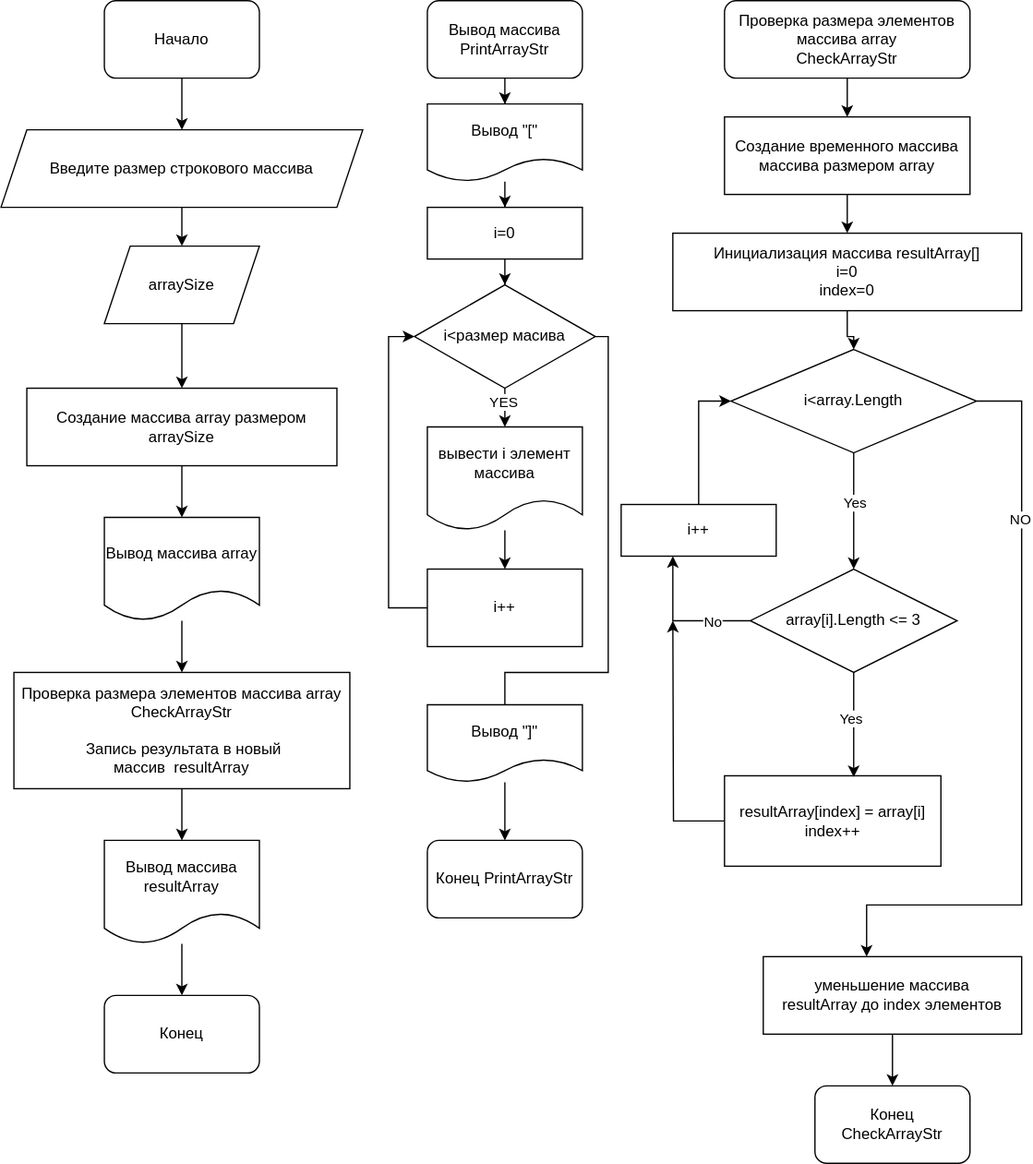
Earlier version of the draw.io export HomeworkMainBlockGB.svg (ArtemFilosofGB/HomeworkMainBlockGB). Source tidied: cells renumbered, new cells last; positions are measured from the earlier drawing's top-left corner, leaving out a move shared by most shapes. The source it was exported from:
```xml
<mxGraphModel>
  <root>
    <mxCell id="0" />
    <mxCell id="1" parent="0" />
    <mxCell id="2" style="edgeStyle=orthogonalEdgeStyle;rounded=0;jettySize=auto;html=1;" parent="1" edge="1" source="3" target="5">
      <mxGeometry relative="1" as="geometry" />
    </mxCell>
    <mxCell id="3" value="Начало" style="rounded=1;whiteSpace=wrap;html=1;" parent="1" vertex="1">
      <mxGeometry x="80" width="120" height="60" as="geometry" />
    </mxCell>
    <mxCell id="4" style="edgeStyle=orthogonalEdgeStyle;rounded=0;jettySize=auto;html=1;" parent="1" edge="1" source="9" target="7">
      <mxGeometry relative="1" as="geometry" />
    </mxCell>
    <mxCell id="5" value="Введите размер строкового массива" style="shape=parallelogram;perimeter=parallelogramPerimeter;whiteSpace=wrap;html=1;fixedSize=1;" parent="1" vertex="1">
      <mxGeometry y="100" width="280" height="60" as="geometry" />
    </mxCell>
    <mxCell id="6" style="edgeStyle=orthogonalEdgeStyle;rounded=0;jettySize=auto;html=1;" parent="1" edge="1" source="7" target="11">
      <mxGeometry relative="1" as="geometry" />
    </mxCell>
    <mxCell id="7" value="Cоздание массива array размером arraySize" style="whiteSpace=wrap;html=1;" parent="1" vertex="1">
      <mxGeometry x="20" y="300" width="240" height="60" as="geometry" />
    </mxCell>
    <mxCell id="8" style="edgeStyle=orthogonalEdgeStyle;rounded=0;jettySize=auto;html=1;" parent="1" edge="1" source="5" target="9">
      <mxGeometry relative="1" as="geometry" />
    </mxCell>
    <mxCell id="9" value="arraySize" style="shape=parallelogram;perimeter=parallelogramPerimeter;whiteSpace=wrap;html=1;fixedSize=1;" parent="1" vertex="1">
      <mxGeometry x="80" y="190" width="120" height="60" as="geometry" />
    </mxCell>
    <mxCell id="10" style="edgeStyle=orthogonalEdgeStyle;rounded=0;jettySize=auto;html=1;" parent="1" edge="1" source="11" target="13">
      <mxGeometry relative="1" as="geometry" />
    </mxCell>
    <mxCell id="11" value="Вывод массива array" style="shape=document;whiteSpace=wrap;html=1;boundedLbl=1;" parent="1" vertex="1">
      <mxGeometry x="80" y="400" width="120" height="80" as="geometry" />
    </mxCell>
    <mxCell id="12" style="edgeStyle=orthogonalEdgeStyle;rounded=0;jettySize=auto;html=1;" parent="1" edge="1" source="13" target="17">
      <mxGeometry relative="1" as="geometry" />
    </mxCell>
    <mxCell id="13" value="Проверка размера элементов массива array&lt;br&gt;CheckArrayStr&lt;br&gt;&lt;br&gt;&amp;nbsp;Запись результата в новый массив&amp;nbsp;&amp;nbsp;resultArray" style="whiteSpace=wrap;html=1;" parent="1" vertex="1">
      <mxGeometry x="10" y="520" width="260" height="90" as="geometry" />
    </mxCell>
    <mxCell id="14" style="edgeStyle=orthogonalEdgeStyle;rounded=0;jettySize=auto;html=1;" parent="1" edge="1" source="15" target="20">
      <mxGeometry relative="1" as="geometry" />
    </mxCell>
    <mxCell id="15" value="Проверка размера элементов массива array&lt;br&gt;CheckArrayStr" style="rounded=1;whiteSpace=wrap;html=1;" parent="1" vertex="1">
      <mxGeometry x="560" width="190" height="60" as="geometry" />
    </mxCell>
    <mxCell id="16" style="edgeStyle=orthogonalEdgeStyle;rounded=0;jettySize=auto;html=1;" parent="1" edge="1" source="17" target="18">
      <mxGeometry relative="1" as="geometry" />
    </mxCell>
    <mxCell id="17" value="Вывод массива resultArray" style="shape=document;whiteSpace=wrap;html=1;boundedLbl=1;" parent="1" vertex="1">
      <mxGeometry x="80" y="650" width="120" height="80" as="geometry" />
    </mxCell>
    <mxCell id="18" value="Конец" style="rounded=1;whiteSpace=wrap;html=1;" parent="1" vertex="1">
      <mxGeometry x="80" y="770" width="120" height="60" as="geometry" />
    </mxCell>
    <mxCell id="19" style="edgeStyle=orthogonalEdgeStyle;rounded=0;jettySize=auto;html=1;" parent="1" edge="1" source="20" target="22">
      <mxGeometry relative="1" as="geometry" />
    </mxCell>
    <mxCell id="20" value="Создание временного массива массива размером array" style="rounded=0;whiteSpace=wrap;html=1;" parent="1" vertex="1">
      <mxGeometry x="560" y="90" width="190" height="60" as="geometry" />
    </mxCell>
    <mxCell id="21" style="edgeStyle=orthogonalEdgeStyle;rounded=0;jettySize=auto;html=1;" parent="1" edge="1" source="22" target="27">
      <mxGeometry relative="1" as="geometry" />
    </mxCell>
    <mxCell id="22" value="Инициализация массива resultArray[]&lt;br&gt;i=0&lt;br&gt;index=0" style="whiteSpace=wrap;html=1;rounded=0;" parent="1" vertex="1">
      <mxGeometry x="520" y="180" width="270" height="60" as="geometry" />
    </mxCell>
    <mxCell id="23" style="edgeStyle=orthogonalEdgeStyle;rounded=0;jettySize=auto;html=1;" parent="1" edge="1" source="27" target="31">
      <mxGeometry relative="1" as="geometry">
        <Array as="points">
          <mxPoint x="790" y="310" />
          <mxPoint x="790" y="700" />
          <mxPoint x="670" y="700" />
        </Array>
      </mxGeometry>
    </mxCell>
    <mxCell id="24" value="NO" style="edgeLabel;html=1;align=center;verticalAlign=middle;" parent="23" vertex="1">
      <mxGeometry x="-0.57" y="-2" relative="1" as="geometry" />
    </mxCell>
    <mxCell id="25" style="edgeStyle=orthogonalEdgeStyle;rounded=0;jettySize=auto;html=1;entryX=0.5;entryY=0;entryDx=0;entryDy=0;" parent="1" edge="1" source="27" target="34">
      <mxGeometry relative="1" as="geometry" />
    </mxCell>
    <mxCell id="26" value="Yes" style="edgeLabel;html=1;align=center;verticalAlign=middle;" parent="25" vertex="1">
      <mxGeometry x="-0.15" relative="1" as="geometry" />
    </mxCell>
    <mxCell id="27" value="i&amp;lt;array.Length" style="rhombus;whiteSpace=wrap;html=1;" parent="1" vertex="1">
      <mxGeometry x="565" y="270" width="190" height="80" as="geometry" />
    </mxCell>
    <mxCell id="28" style="edgeStyle=orthogonalEdgeStyle;rounded=0;jettySize=auto;html=1;" parent="1" edge="1" source="29">
      <mxGeometry relative="1" as="geometry">
        <mxPoint x="520" y="480" as="targetPoint" />
      </mxGeometry>
    </mxCell>
    <mxCell id="29" value="resultArray[index] = array[i]&lt;br&gt;index++" style="rounded=0;whiteSpace=wrap;html=1;" parent="1" vertex="1">
      <mxGeometry x="560" y="600" width="167.5" height="70" as="geometry" />
    </mxCell>
    <mxCell id="30" style="edgeStyle=orthogonalEdgeStyle;rounded=0;jettySize=auto;html=1;" parent="1" edge="1" source="31" target="39">
      <mxGeometry relative="1" as="geometry" />
    </mxCell>
    <mxCell id="31" value="уменьшение массива&lt;br&gt;resultArray до index элементов" style="whiteSpace=wrap;html=1;" parent="1" vertex="1">
      <mxGeometry x="590" y="740" width="200" height="60" as="geometry" />
    </mxCell>
    <mxCell id="32" style="edgeStyle=orthogonalEdgeStyle;rounded=0;jettySize=auto;html=1;" parent="1" edge="1" source="34" target="38">
      <mxGeometry relative="1" as="geometry">
        <Array as="points">
          <mxPoint x="520" y="480" />
        </Array>
      </mxGeometry>
    </mxCell>
    <mxCell id="33" value="No" style="edgeLabel;html=1;align=center;verticalAlign=middle;" parent="32" vertex="1">
      <mxGeometry x="-0.45" relative="1" as="geometry" />
    </mxCell>
    <mxCell id="34" value="array[i].Length &amp;lt;= 3" style="rhombus;whiteSpace=wrap;html=1;" parent="1" vertex="1">
      <mxGeometry x="580" y="440" width="160" height="80" as="geometry" />
    </mxCell>
    <mxCell id="35" style="edgeStyle=orthogonalEdgeStyle;rounded=0;jettySize=auto;html=1;entryX=0.597;entryY=0.014;entryDx=0;entryDy=0;entryPerimeter=0;" parent="1" edge="1" source="34" target="29">
      <mxGeometry relative="1" as="geometry" />
    </mxCell>
    <mxCell id="36" value="Yes" style="edgeLabel;html=1;align=center;verticalAlign=middle;" parent="35" vertex="1">
      <mxGeometry x="-0.11" y="-2" relative="1" as="geometry" />
    </mxCell>
    <mxCell id="37" style="edgeStyle=orthogonalEdgeStyle;rounded=0;jettySize=auto;html=1;entryX=0;entryY=0.5;entryDx=0;entryDy=0;" parent="1" edge="1" source="38" target="27">
      <mxGeometry relative="1" as="geometry" />
    </mxCell>
    <mxCell id="38" value="i++" style="rounded=0;whiteSpace=wrap;html=1;" parent="1" vertex="1">
      <mxGeometry x="480" y="390" width="120" height="40" as="geometry" />
    </mxCell>
    <mxCell id="39" value="Конец&lt;br&gt;CheckArrayStr" style="rounded=1;whiteSpace=wrap;html=1;" parent="1" vertex="1">
      <mxGeometry x="630" y="840" width="120" height="60" as="geometry" />
    </mxCell>
    <mxCell id="40" style="edgeStyle=orthogonalEdgeStyle;rounded=0;jettySize=auto;html=1;" parent="1" edge="1" source="41" target="56">
      <mxGeometry relative="1" as="geometry" />
    </mxCell>
    <mxCell id="41" value="Вывод массива&lt;br&gt;PrintArrayStr" style="rounded=1;whiteSpace=wrap;html=1;" parent="1" vertex="1">
      <mxGeometry x="330" width="120" height="60" as="geometry" />
    </mxCell>
    <mxCell id="42" style="edgeStyle=orthogonalEdgeStyle;rounded=0;jettySize=auto;html=1;" parent="1" edge="1" source="43" target="51">
      <mxGeometry relative="1" as="geometry" />
    </mxCell>
    <mxCell id="43" value="вывести i элемент массива" style="shape=document;whiteSpace=wrap;html=1;boundedLbl=1;rounded=1;" parent="1" vertex="1">
      <mxGeometry x="330" y="330" width="120" height="80" as="geometry" />
    </mxCell>
    <mxCell id="44" style="edgeStyle=orthogonalEdgeStyle;rounded=0;jettySize=auto;html=1;" parent="1" edge="1" source="47" target="43">
      <mxGeometry relative="1" as="geometry" />
    </mxCell>
    <mxCell id="45" value="YES" style="edgeLabel;html=1;align=center;verticalAlign=middle;" parent="44" vertex="1">
      <mxGeometry x="0.2" y="-2" relative="1" as="geometry" />
    </mxCell>
    <mxCell id="46" style="edgeStyle=orthogonalEdgeStyle;rounded=0;jettySize=auto;html=1;" parent="1" edge="1" source="47">
      <mxGeometry relative="1" as="geometry">
        <mxPoint x="390" y="590" as="targetPoint" />
        <Array as="points">
          <mxPoint x="470" y="260" />
          <mxPoint x="470" y="520" />
          <mxPoint x="390" y="520" />
        </Array>
      </mxGeometry>
    </mxCell>
    <mxCell id="47" value="i&amp;lt;размер масива" style="rhombus;whiteSpace=wrap;html=1;" parent="1" vertex="1">
      <mxGeometry x="320" y="220" width="140" height="80" as="geometry" />
    </mxCell>
    <mxCell id="48" style="edgeStyle=orthogonalEdgeStyle;rounded=0;jettySize=auto;html=1;" parent="1" edge="1" source="49" target="47">
      <mxGeometry relative="1" as="geometry" />
    </mxCell>
    <mxCell id="49" value="i=0" style="rounded=0;whiteSpace=wrap;html=1;" parent="1" vertex="1">
      <mxGeometry x="330" y="160" width="120" height="40" as="geometry" />
    </mxCell>
    <mxCell id="50" style="edgeStyle=orthogonalEdgeStyle;rounded=0;jettySize=auto;html=1;entryX=0;entryY=0.5;entryDx=0;entryDy=0;" parent="1" edge="1" source="51" target="47">
      <mxGeometry relative="1" as="geometry">
        <Array as="points">
          <mxPoint x="300" y="470" />
          <mxPoint x="300" y="260" />
        </Array>
      </mxGeometry>
    </mxCell>
    <mxCell id="51" value="i++" style="rounded=0;whiteSpace=wrap;html=1;" parent="1" vertex="1">
      <mxGeometry x="330" y="440" width="120" height="60" as="geometry" />
    </mxCell>
    <mxCell id="52" value="Конец&amp;nbsp;PrintArrayStr" style="rounded=1;whiteSpace=wrap;html=1;" parent="1" vertex="1">
      <mxGeometry x="330" y="650" width="120" height="60" as="geometry" />
    </mxCell>
    <mxCell id="53" style="edgeStyle=orthogonalEdgeStyle;rounded=0;jettySize=auto;html=1;" parent="1" edge="1" source="54" target="52">
      <mxGeometry relative="1" as="geometry" />
    </mxCell>
    <mxCell id="54" value="Вывод &quot;]&quot;" style="shape=document;whiteSpace=wrap;html=1;boundedLbl=1;" parent="1" vertex="1">
      <mxGeometry x="330" y="545" width="120" height="60" as="geometry" />
    </mxCell>
    <mxCell id="55" style="edgeStyle=orthogonalEdgeStyle;rounded=0;jettySize=auto;html=1;" parent="1" edge="1" source="56" target="49">
      <mxGeometry relative="1" as="geometry" />
    </mxCell>
    <mxCell id="56" value="Вывод &quot;[&quot;" style="shape=document;whiteSpace=wrap;html=1;boundedLbl=1;" parent="1" vertex="1">
      <mxGeometry x="330" y="80" width="120" height="60" as="geometry" />
    </mxCell>
  </root>
</mxGraphModel>
```
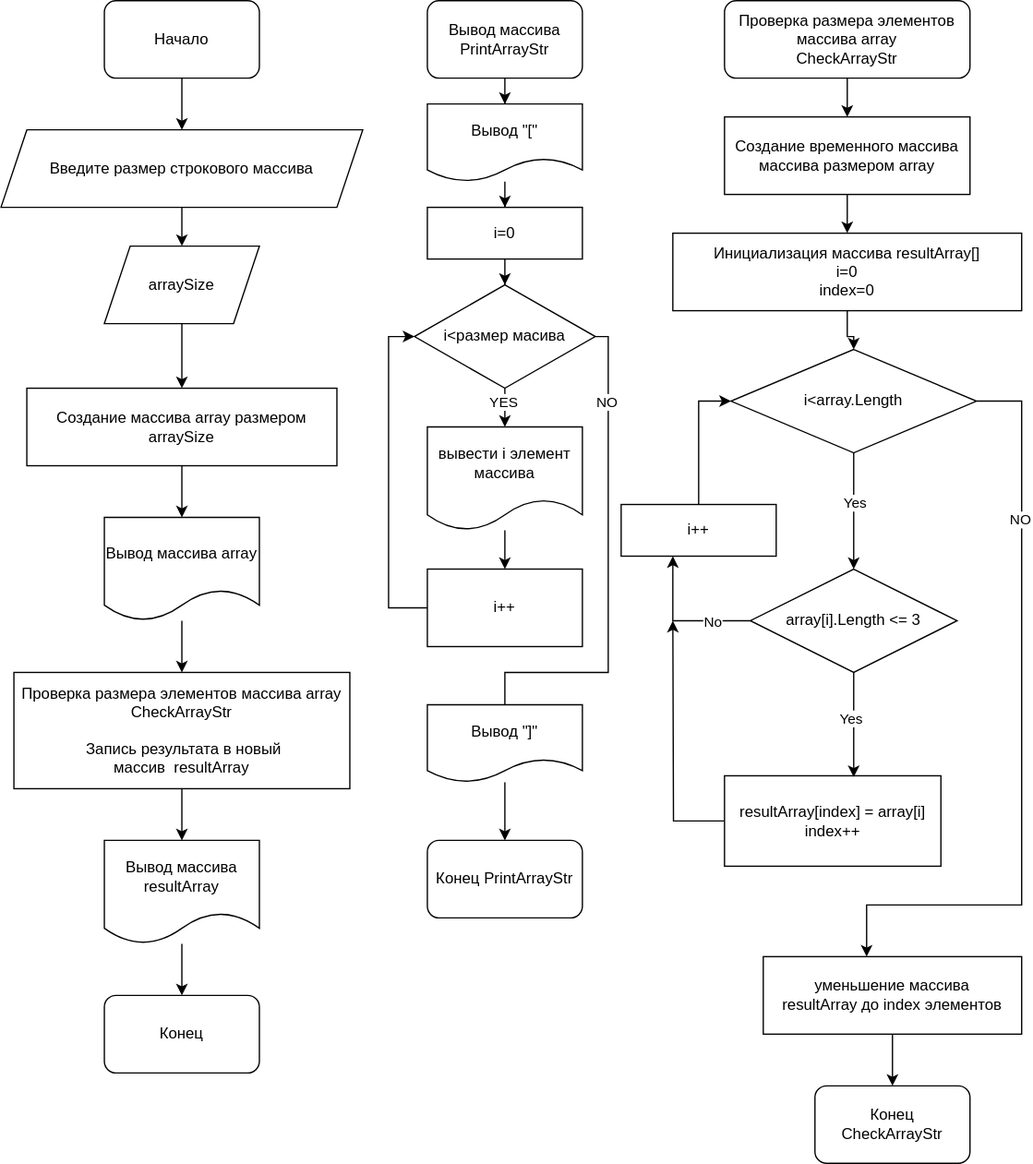
The same diagram one commit later.

Diff of the diagram source:
```diff
@@ -156,6 +156,11 @@
         </Array>
       </mxGeometry>
     </mxCell>
+    <mxCell id="57" value="NO&lt;br&gt;" style="edgeLabel;html=1;align=center;verticalAlign=middle;" parent="46" vertex="1">
+      <mxGeometry x="-0.64" y="-2" relative="1" as="geometry">
+        <mxPoint y="-15" as="offset" />
+      </mxGeometry>
+    </mxCell>
     <mxCell id="47" value="i&amp;lt;размер масива" style="rhombus;whiteSpace=wrap;html=1;" parent="1" vertex="1">
       <mxGeometry x="320" y="220" width="140" height="80" as="geometry" />
     </mxCell>
```
